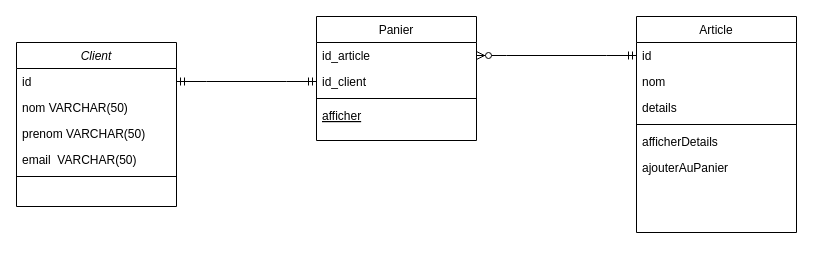
The draw.io diagram Serviettes_CD.drawio in DPOsengo/serviettes, before the edit. Source tidied: cells renumbered, new cells numbered last; positions are measured from the earlier drawing's top-left corner, leaving out a move shared by most shapes. Both pictures are drawn from the tidied source at 100%, with x=0, y=0 at pixel (16, 16).
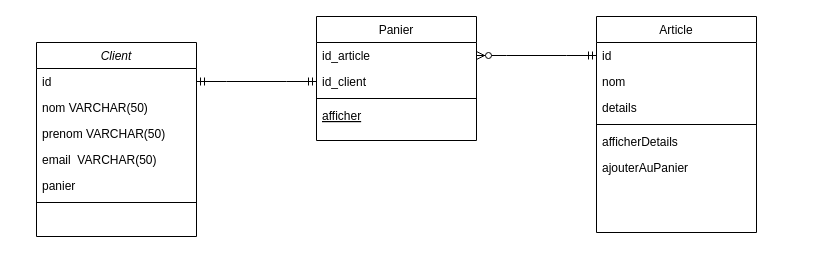
The same diagram, later.

Commit message (it also covers changes not shown here):
Mettre à jour Serviettes_CD.drawio

Change to the diagram source:
```diff
@@
     <mxCell id="2" value="Client" style="swimlane;fontStyle=2;align=center;verticalAlign=top;horizontal=1;startSize=26;rounded=0;shadow=0;strokeWidth=1;" parent="1" vertex="1">
-      <mxGeometry y="26" width="160" height="164" as="geometry" />
+      <mxGeometry x="20" y="26" width="160" height="194" as="geometry" />
     </mxCell>
@@
+    <mxCell id="22" value="panier  " style="text;align=left;verticalAlign=top;spacingLeft=4;spacingRight=4;overflow=hidden;rounded=0;shadow=0;html=0;" parent="2" vertex="1">
+      <mxGeometry y="130" width="160" height="26" as="geometry" />
+    </mxCell>
     <mxCell id="7" style="line;html=1;strokeWidth=1;align=left;verticalAlign=middle;spacingTop=-1;spacingLeft=3;spacingRight=3;labelPosition=right;" parent="2" vertex="1">
-      <mxGeometry y="130" width="160" height="8" as="geometry" />
+      <mxGeometry y="156" width="160" height="8" as="geometry" />
     </mxCell>
@@
     <mxCell id="13" value="Article" style="swimlane;fontStyle=0;align=center;verticalAlign=top;horizontal=1;startSize=26;rounded=0;shadow=0;strokeWidth=1;" parent="1" vertex="1">
-      <mxGeometry x="620" width="160" height="216" as="geometry" />
+      <mxGeometry x="580" width="160" height="216" as="geometry" />
     </mxCell>
```
